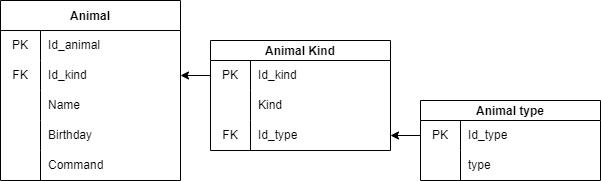
Earlier version of the draw.io export DB_diagram.drawio.png (StaciBunx/finaltest). Source tidied: cells renumbered, new cells last; positions are measured from the earlier drawing's top-left corner, leaving out a move shared by most shapes.
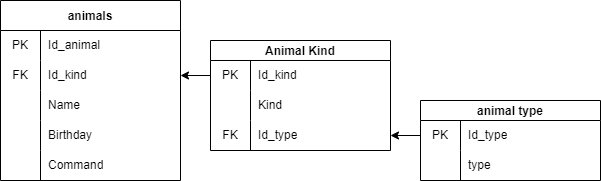
The same diagram one commit later.

Change to the diagram source:
```diff
@@ -2,7 +2,7 @@
   <root>
     <mxCell id="0" />
     <mxCell id="1" parent="0" />
-    <mxCell id="2" value="Animal" style="shape=table;startSize=30;rowLines=0;fontStyle=1;" parent="1" vertex="1">
+    <mxCell id="2" value="animals" style="shape=table;startSize=30;rowLines=0;fontStyle=1;" parent="1" vertex="1">
       <mxGeometry width="180" height="180" as="geometry" />
     </mxCell>
     <mxCell id="3" style="shape=tableRow;horizontal=0;startSize=0;swimlaneHead=0;swimlaneBody=0;top=0;left=0;bottom=0;right=0;fillColor=none;" parent="2" vertex="1">
@@ -80,7 +80,7 @@
     <mxCell id="27" value="Id_type" style="shape=partialRectangle;html=1;whiteSpace=wrap;fillColor=none;top=0;left=0;bottom=0;right=0;align=left;spacingLeft=6;overflow=hidden;" parent="25" vertex="1">
       <mxGeometry x="40" width="140" height="30" as="geometry" />
     </mxCell>
-    <mxCell id="28" value="Animal type" style="shape=table;startSize=20;rowLines=0;fontStyle=1;" parent="1" vertex="1">
+    <mxCell id="28" value="animal type" style="shape=table;startSize=20;rowLines=0;fontStyle=1;" parent="1" vertex="1">
       <mxGeometry x="420" y="100" width="180" height="80" as="geometry" />
     </mxCell>
     <mxCell id="29" style="shape=tableRow;horizontal=0;startSize=0;swimlaneHead=0;swimlaneBody=0;top=0;left=0;bottom=0;right=0;fillColor=none;points=[[0,0.5],[1,0.5]];portConstraint=eastwest;" parent="28" vertex="1">
```
